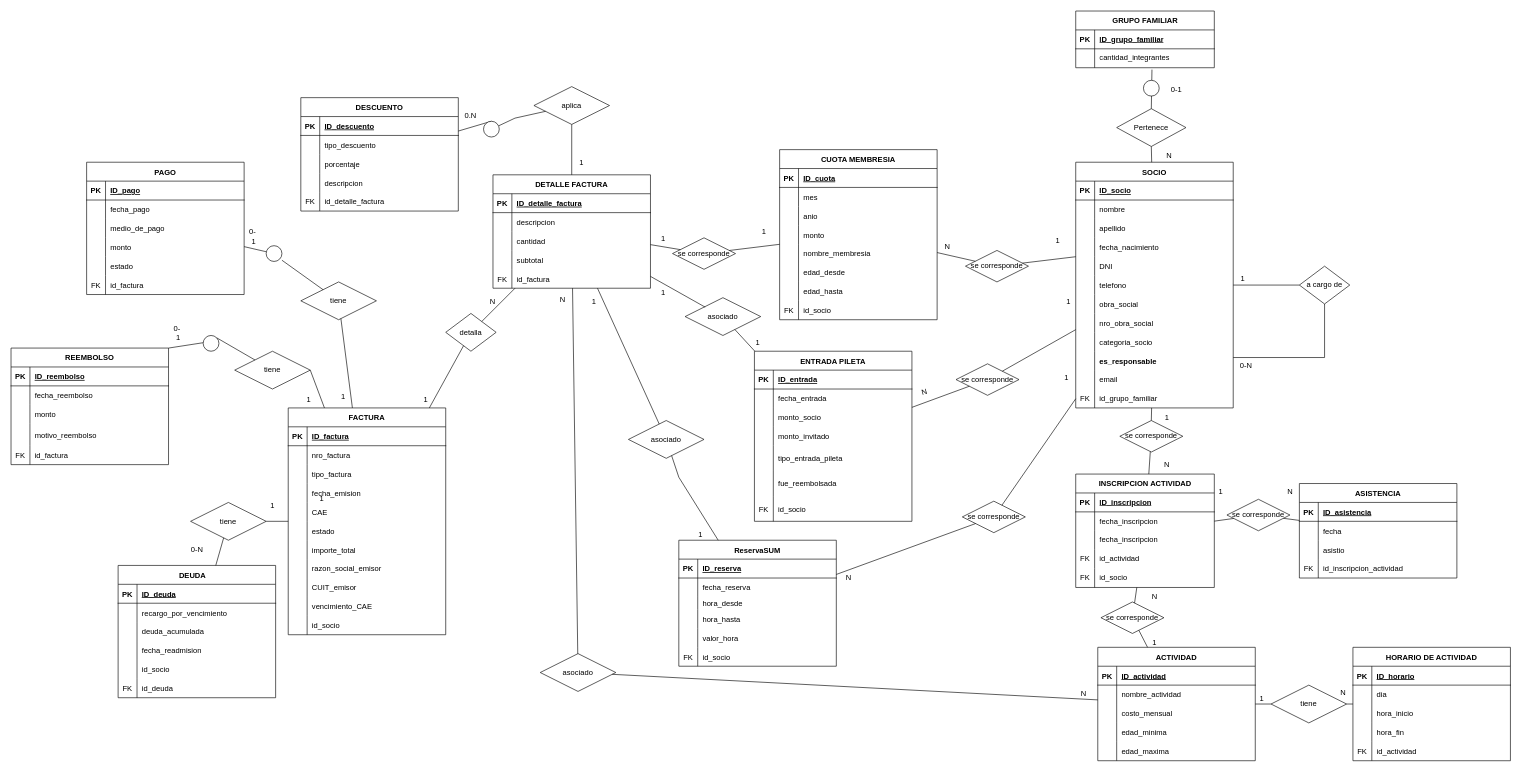
Before: der_aprobado_V2.drawio in nicolascatania/tp-bda-grupo-10-unlam, a draw.io diagram. Source tidied: cells renumbered, new cells numbered last; positions are measured from the earlier drawing's top-left corner, leaving out a move shared by most shapes. Both pictures are drawn from the tidied source at 63%, with x=0, y=0 at pixel (11, 11).
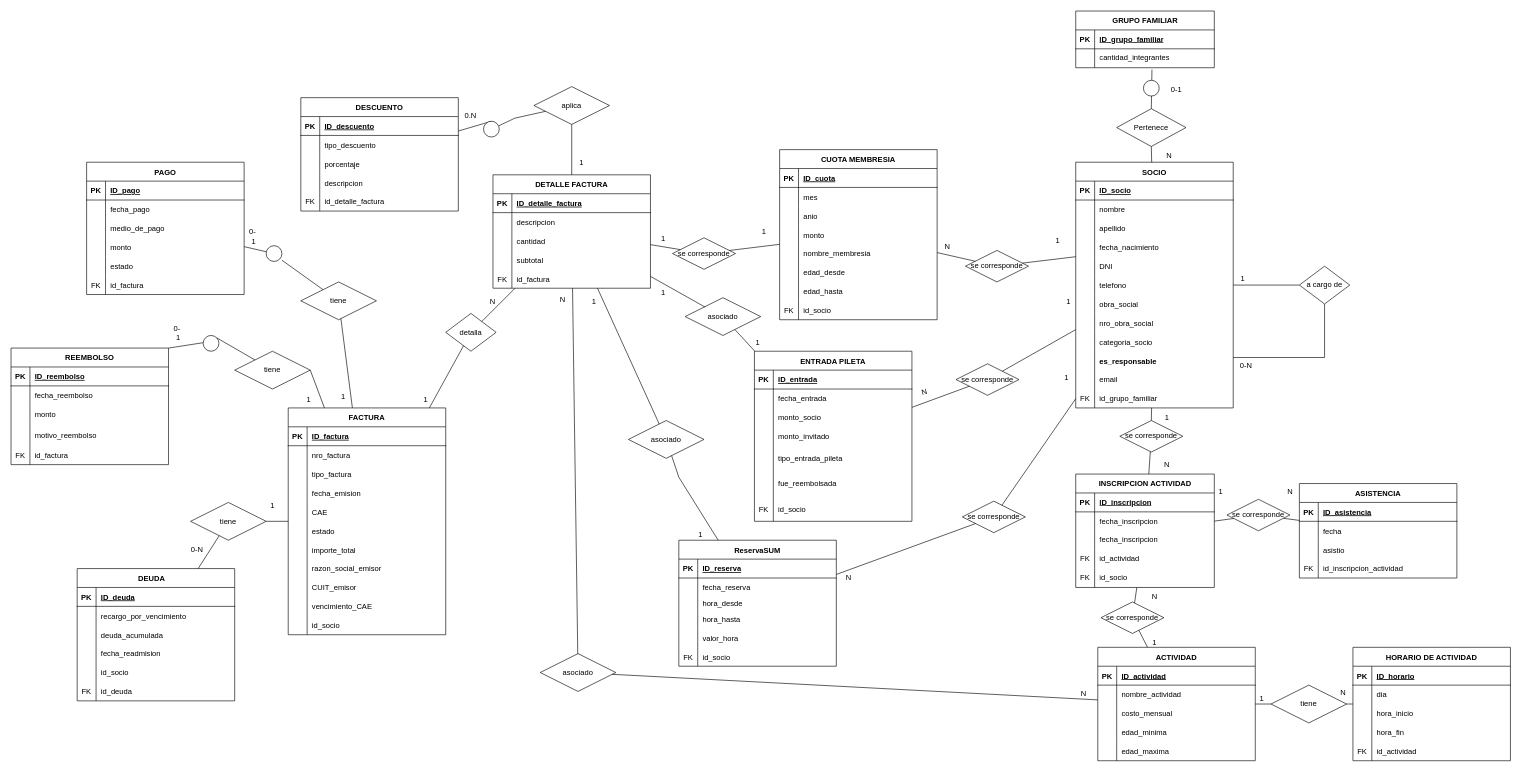
Above is the later version.

Commit message (it also covers changes not shown here):
agregue un check en la tabla actividad

Unchanged cells that the change refers to:
```xml
<mxCell id="363" style="endArrow=none;html=1;rounded=0;" parent="1" edge="1" source="362" target="284">
  <mxGeometry relative="1" as="geometry" />
</mxCell>
```

The edit, as a diff of the source:
```diff
@@
     <mxCell id="284" value="DEUDA    " style="shape=table;startSize=30;childLayout=tableLayout;rowLines=0;fontStyle=1;align=center;" parent="1" vertex="1">
-      <mxGeometry x="170" y="880" width="250" height="210" as="geometry" />
+      <mxGeometry x="105" y="885" width="250" height="210" as="geometry" />
     </mxCell>
@@
-    <mxCell id="364" value="1" style="html=1;whiteSpace=wrap;align=right;verticalAlign=bottom;" parent="363" vertex="1">
-      <mxGeometry x="1" relative="1" as="geometry">
-        <mxPoint x="173" y="-97" as="offset" />
-      </mxGeometry>
-    </mxCell>
```
